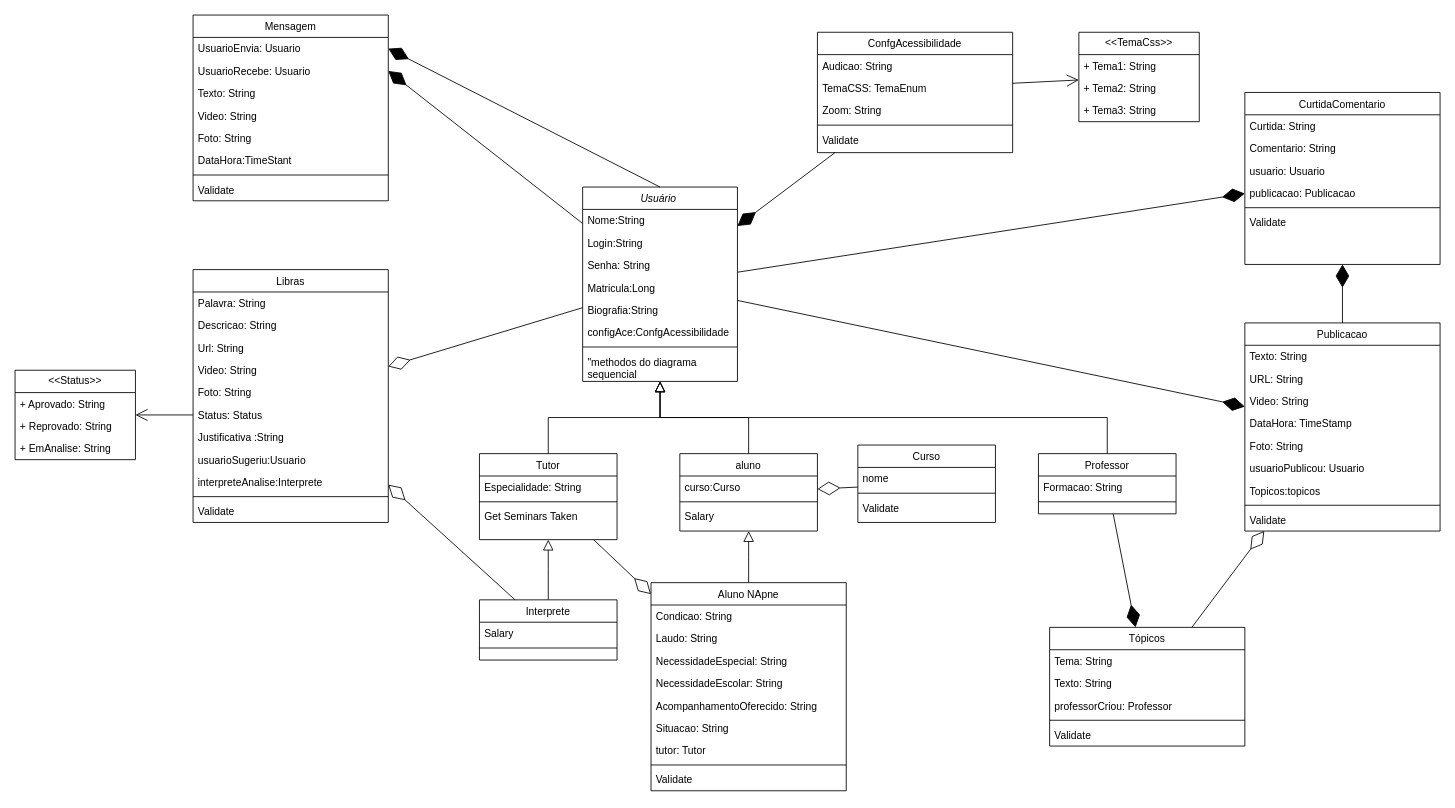
The draw.io diagram If Coders. diagrama de classe.drawio in arianamesquita/IFCoders, before the edit. Source tidied: cells renumbered, new cells numbered last; positions are measured from the earlier drawing's top-left corner, leaving out a move shared by most shapes. Both pictures are drawn from the tidied source at 86%, with x=0, y=0 at pixel (15, 15).
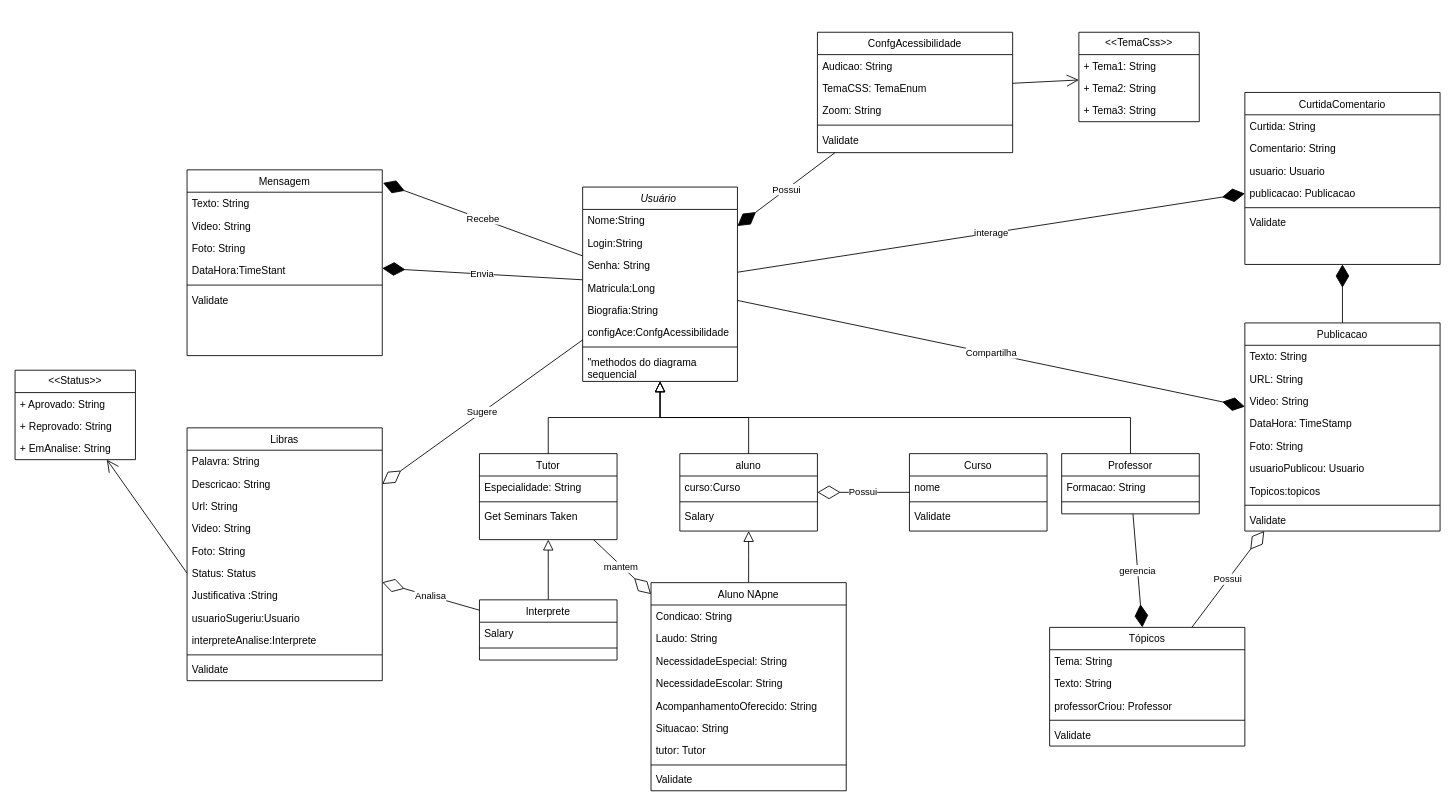
Above is the later version.

The change refers to these unchanged cells:
```xml
<mxCell id="2" value="Usuário " style="swimlane;fontStyle=2;align=center;verticalAlign=top;horizontal=1;startSize=26;rounded=0;shadow=0;strokeWidth=1;" parent="1" vertex="1">
  <mxGeometry x="660" y="200" width="180" height="226" as="geometry" />
</mxCell>
<mxCell id="11" value="Tutor" style="swimlane;fontStyle=0;align=center;verticalAlign=top;horizontal=1;startSize=26;rounded=0;shadow=0;strokeWidth=1;" parent="1" vertex="1">
  <mxGeometry x="540" y="510" width="160" height="100" as="geometry" />
</mxCell>
<mxCell id="24" value="aluno" style="swimlane;fontStyle=0;align=center;verticalAlign=top;horizontal=1;startSize=26;rounded=0;shadow=0;strokeWidth=1;" parent="1" vertex="1">
  <mxGeometry x="773" y="510" width="160" height="90" as="geometry" />
</mxCell>
<mxCell id="30" value="Interprete" style="swimlane;fontStyle=0;align=center;verticalAlign=top;horizontal=1;startSize=26;rounded=0;shadow=0;strokeWidth=1;" parent="1" vertex="1">
  <mxGeometry x="540" y="680" width="160" height="70" as="geometry" />
</mxCell>
<mxCell id="34" value="Aluno NApne" style="swimlane;fontStyle=0;align=center;verticalAlign=top;horizontal=1;startSize=26;rounded=0;shadow=0;strokeWidth=1;" parent="1" vertex="1">
  <mxGeometry x="739.5" y="660" width="227" height="242" as="geometry" />
</mxCell>
<mxCell id="65" value="ConfgAcessibilidade" style="swimlane;fontStyle=0;align=center;verticalAlign=top;horizontal=1;startSize=26;rounded=0;shadow=0;strokeWidth=1;" parent="1" vertex="1">
  <mxGeometry x="933" y="20" width="227" height="140" as="geometry" />
</mxCell>
<mxCell id="75" value="Publicacao" style="swimlane;fontStyle=0;align=center;verticalAlign=top;horizontal=1;startSize=26;rounded=0;shadow=0;strokeWidth=1;" parent="1" vertex="1">
  <mxGeometry x="1430" y="358" width="227" height="242" as="geometry" />
</mxCell>
<mxCell id="85" value="Tópicos" style="swimlane;fontStyle=0;align=center;verticalAlign=top;horizontal=1;startSize=26;rounded=0;shadow=0;strokeWidth=1;" parent="1" vertex="1">
  <mxGeometry x="1203" y="712" width="227" height="138" as="geometry" />
</mxCell>
<mxCell id="95" value="CurtidaComentario" style="swimlane;fontStyle=0;align=center;verticalAlign=top;horizontal=1;startSize=26;rounded=0;shadow=0;strokeWidth=1;" parent="1" vertex="1">
  <mxGeometry x="1430" y="90" width="227" height="200" as="geometry" />
</mxCell>
```

The edit, as a diff of the source:
```diff
@@
     <mxCell id="16" value="Professor" style="swimlane;fontStyle=0;align=center;verticalAlign=top;horizontal=1;startSize=26;rounded=0;shadow=0;strokeWidth=1;" parent="1" vertex="1">
-      <mxGeometry x="1190" y="510" width="160" height="70" as="geometry" />
+      <mxGeometry x="1217" y="510" width="160" height="70" as="geometry" />
     </mxCell>
@@
     <mxCell id="20" value="Curso" style="swimlane;fontStyle=0;align=center;verticalAlign=top;horizontal=1;startSize=26;rounded=0;shadow=0;strokeWidth=1;" parent="1" vertex="1">
-      <mxGeometry x="980" y="500" width="160" height="90" as="geometry" />
+      <mxGeometry x="1040" y="510" width="160" height="90" as="geometry" />
     </mxCell>
@@
     <mxCell id="44" value="Libras" style="swimlane;fontStyle=0;align=center;verticalAlign=top;horizontal=1;startSize=26;rounded=0;shadow=0;strokeWidth=1;" parent="1" vertex="1">
-      <mxGeometry x="207" y="296" width="227" height="294" as="geometry" />
+      <mxGeometry x="200" y="480" width="227" height="294" as="geometry" />
     </mxCell>
@@
     <mxCell id="56" value="Mensagem" style="swimlane;fontStyle=0;align=center;verticalAlign=top;horizontal=1;startSize=26;rounded=0;shadow=0;strokeWidth=1;" parent="1" vertex="1">
-      <mxGeometry x="207" width="227" height="216" as="geometry" />
+      <mxGeometry x="200" y="180" width="227" height="216" as="geometry" />
     </mxCell>
-    <mxCell id="57" value="UsuarioEnvia: Usuario" style="text;align=left;verticalAlign=top;spacingLeft=4;spacingRight=4;overflow=hidden;points=[[0,0.5],[1,0.5]];portConstraint=eastwest;" parent="56" vertex="1">
-      <mxGeometry y="26" width="227" height="26" as="geometry" />
-    </mxCell>
-    <mxCell id="58" value="UsuarioRecebe: Usuario" style="text;align=left;verticalAlign=top;spacingLeft=4;spacingRight=4;overflow=hidden;points=[[0,0.5],[1,0.5]];portConstraint=eastwest;" parent="56" vertex="1">
-      <mxGeometry y="52" width="227" height="26" as="geometry" />
-    </mxCell>
     <mxCell id="59" value="Texto: String" style="text;align=left;verticalAlign=top;spacingLeft=4;spacingRight=4;overflow=hidden;" parent="56" vertex="1">
-      <mxGeometry y="78" width="227" height="26" as="geometry" />
+      <mxGeometry y="26" width="227" height="26" as="geometry" />
     </mxCell>
     <mxCell id="60" value="Video: String" style="text;align=left;verticalAlign=top;spacingLeft=4;spacingRight=4;overflow=hidden;" parent="56" vertex="1">
-      <mxGeometry y="104" width="227" height="26" as="geometry" />
+      <mxGeometry y="52" width="227" height="26" as="geometry" />
     </mxCell>
     <mxCell id="61" value="Foto: String" style="text;align=left;verticalAlign=top;spacingLeft=4;spacingRight=4;overflow=hidden;" parent="56" vertex="1">
-      <mxGeometry y="130" width="227" height="26" as="geometry" />
+      <mxGeometry y="78" width="227" height="26" as="geometry" />
     </mxCell>
     <mxCell id="62" value="DataHora:TimeStant" style="text;align=left;verticalAlign=top;spacingLeft=4;spacingRight=4;overflow=hidden;" parent="56" vertex="1">
-      <mxGeometry y="156" width="227" height="26" as="geometry" />
+      <mxGeometry y="104" width="227" height="26" as="geometry" />
     </mxCell>
     <mxCell id="63" style="line;html=1;strokeWidth=1;align=left;verticalAlign=middle;spacingTop=-1;spacingLeft=3;spacingRight=3;labelPosition=right;" parent="56" vertex="1">
-      <mxGeometry y="182" width="227" height="8" as="geometry" />
+      <mxGeometry y="130" width="227" height="8" as="geometry" />
     </mxCell>
     <mxCell id="64" value="Validate" style="text;align=left;verticalAlign=top;spacingLeft=4;spacingRight=4;overflow=hidden;" parent="56" vertex="1">
-      <mxGeometry y="190" width="227" height="26" as="geometry" />
+      <mxGeometry y="138" width="227" height="26" as="geometry" />
     </mxCell>
@@
-    <mxCell id="103" style="endArrow=diamondThin;endFill=1;endSize=24;html=1;rounded=0;" parent="1" edge="1" source="2" target="95">
+    <mxCell id="103" value="interage" style="endArrow=diamondThin;endFill=1;endSize=24;html=1;rounded=0;" parent="1" edge="1" source="2" target="95">
       <mxGeometry relative="1" as="geometry" />
     </mxCell>
-    <mxCell id="104" style="endArrow=diamondThin;endFill=0;endSize=24;html=1;rounded=0;" parent="1" edge="1" source="20" target="24">
+    <mxCell id="104" value="Possui" style="endArrow=diamondThin;endFill=0;endSize=24;html=1;rounded=0;" parent="1" edge="1" source="20" target="24">
       <mxGeometry relative="1" as="geometry" />
     </mxCell>
-    <mxCell id="105" style="endArrow=diamondThin;endFill=1;endSize=24;html=1;rounded=0;" parent="1" edge="1" source="65" target="2">
+    <mxCell id="105" value="Possui" style="endArrow=diamondThin;endFill=1;endSize=24;html=1;rounded=0;" parent="1" edge="1" source="65" target="2">
       <mxGeometry relative="1" as="geometry" />
     </mxCell>
@@
-    <mxCell id="108" style="endArrow=diamondThin;endFill=0;endSize=24;html=1;rounded=0;" parent="1" edge="1" source="2" target="44">
+    <mxCell id="108" value="Sugere" style="endArrow=diamondThin;endFill=0;endSize=24;html=1;rounded=0;" parent="1" edge="1" source="2" target="44">
       <mxGeometry relative="1" as="geometry" />
     </mxCell>
-    <mxCell id="109" style="endArrow=diamondThin;endFill=0;endSize=24;html=1;rounded=0;" parent="1" edge="1" source="30" target="44">
+    <mxCell id="109" value="Analisa" style="endArrow=diamondThin;endFill=0;endSize=24;html=1;rounded=0;" parent="1" edge="1" source="30" target="44">
       <mxGeometry relative="1" as="geometry" />
     </mxCell>
-    <mxCell id="110" style="endArrow=diamondThin;endFill=0;endSize=24;html=1;rounded=0;" parent="1" edge="1" source="11" target="34">
+    <mxCell id="110" value="mantem&amp;nbsp;" style="endArrow=diamondThin;endFill=0;endSize=24;html=1;rounded=0;" parent="1" edge="1" source="11" target="34">
       <mxGeometry relative="1" as="geometry" />
     </mxCell>
-    <mxCell id="111" style="endArrow=diamondThin;endFill=1;endSize=24;html=1;rounded=0;entryX=1;entryY=0.5;entryDx=0;entryDy=0;exitX=0.5;exitY=0;exitDx=0;exitDy=0;" parent="1" edge="1" source="2" target="57">
+    <mxCell id="111" value="Envia" style="endArrow=diamondThin;endFill=1;endSize=24;html=1;rounded=0;" parent="1" edge="1" source="2" target="56">
       <mxGeometry relative="1" as="geometry" />
     </mxCell>
-    <mxCell id="112" style="endArrow=diamondThin;endFill=1;endSize=24;html=1;rounded=0;entryX=1;entryY=0.5;entryDx=0;entryDy=0;" parent="1" edge="1" source="2" target="58">
+    <mxCell id="112" value="Recebe" style="endArrow=diamondThin;endFill=1;endSize=24;html=1;rounded=0;entryX=1.004;entryY=0.07;entryDx=0;entryDy=0;entryPerimeter=0;" parent="1" edge="1" source="2" target="56">
       <mxGeometry relative="1" as="geometry" />
     </mxCell>
-    <mxCell id="113" style="endArrow=diamondThin;endFill=1;endSize=24;html=1;rounded=0;" parent="1" edge="1" source="2" target="75">
+    <mxCell id="113" value="Compartilha" style="endArrow=diamondThin;endFill=1;endSize=24;html=1;rounded=0;" parent="1" edge="1" source="2" target="75">
       <mxGeometry relative="1" as="geometry" />
     </mxCell>
-    <mxCell id="114" style="endArrow=diamondThin;endFill=1;endSize=24;html=1;rounded=0;" parent="1" edge="1" source="16" target="85">
+    <mxCell id="114" value="gerencia" style="endArrow=diamondThin;endFill=1;endSize=24;html=1;rounded=0;" parent="1" edge="1" source="16" target="85">
       <mxGeometry relative="1" as="geometry" />
     </mxCell>
-    <mxCell id="115" style="endArrow=diamondThin;endFill=0;endSize=24;html=1;rounded=0;" parent="1" edge="1" source="85" target="75">
+    <mxCell id="115" value="Possui" style="endArrow=diamondThin;endFill=0;endSize=24;html=1;rounded=0;" parent="1" edge="1" source="85" target="75">
       <mxGeometry relative="1" as="geometry" />
     </mxCell>
```
